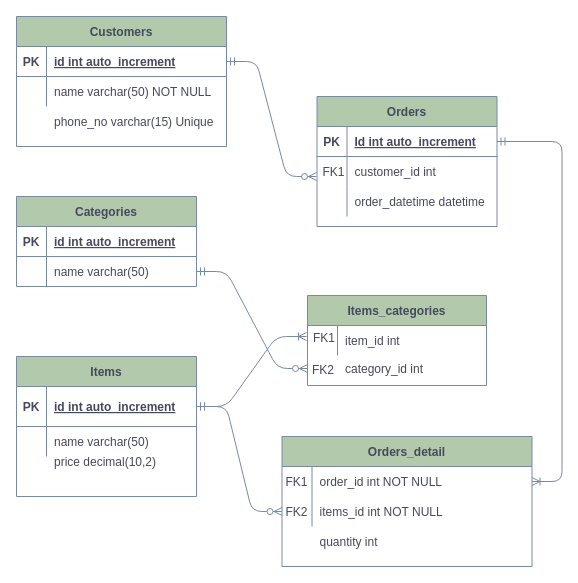
The draw.io diagram homework_2/homework2_erd.drawio in putrirmd/RubyIntermediate, before the edit. Source tidied: cells renumbered, new cells numbered last; positions are measured from the earlier drawing's top-left corner, leaving out a move shared by most shapes. Both pictures are drawn from the tidied source at 100%, with x=0, y=0 at pixel (16, 16).
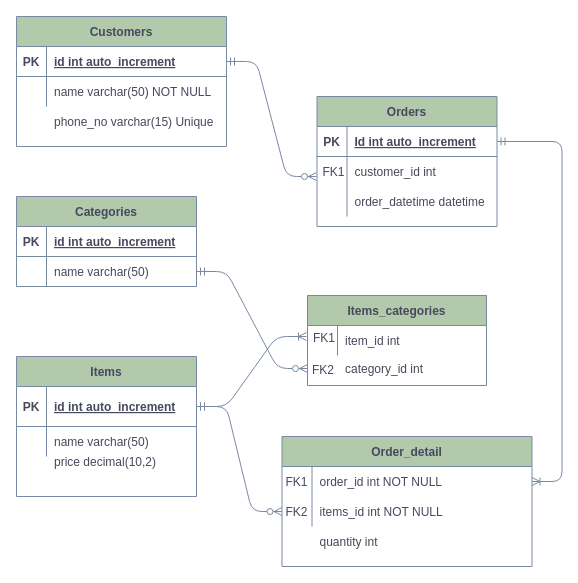
The same page after the edit.

Commit message (it also covers changes not shown here):
add script for order detail and summary, update readme

The change refers to these unchanged cells:
```xml
<mxCell id="44" style="group;fontColor=#46495D;" parent="1" vertex="1">
  <mxGeometry x="265.5" y="420" width="250" height="130" as="geometry" />
</mxCell>
```

The edit, as a diff of the source:
```diff
@@
-    <mxCell id="50" value="Orders_detail" style="shape=table;startSize=30;childLayout=tableLayout;rowLines=0;fontStyle=1;align=center;fillColor=#B2C9AB;strokeColor=#788AA3;fontColor=#46495D;" parent="44" vertex="1">
+    <mxCell id="50" value="Order_detail" style="shape=table;startSize=30;childLayout=tableLayout;rowLines=0;fontStyle=1;align=center;fillColor=#B2C9AB;strokeColor=#788AA3;fontColor=#46495D;" parent="44" vertex="1">
       <mxGeometry width="250" height="130" as="geometry" />
     </mxCell>
```
